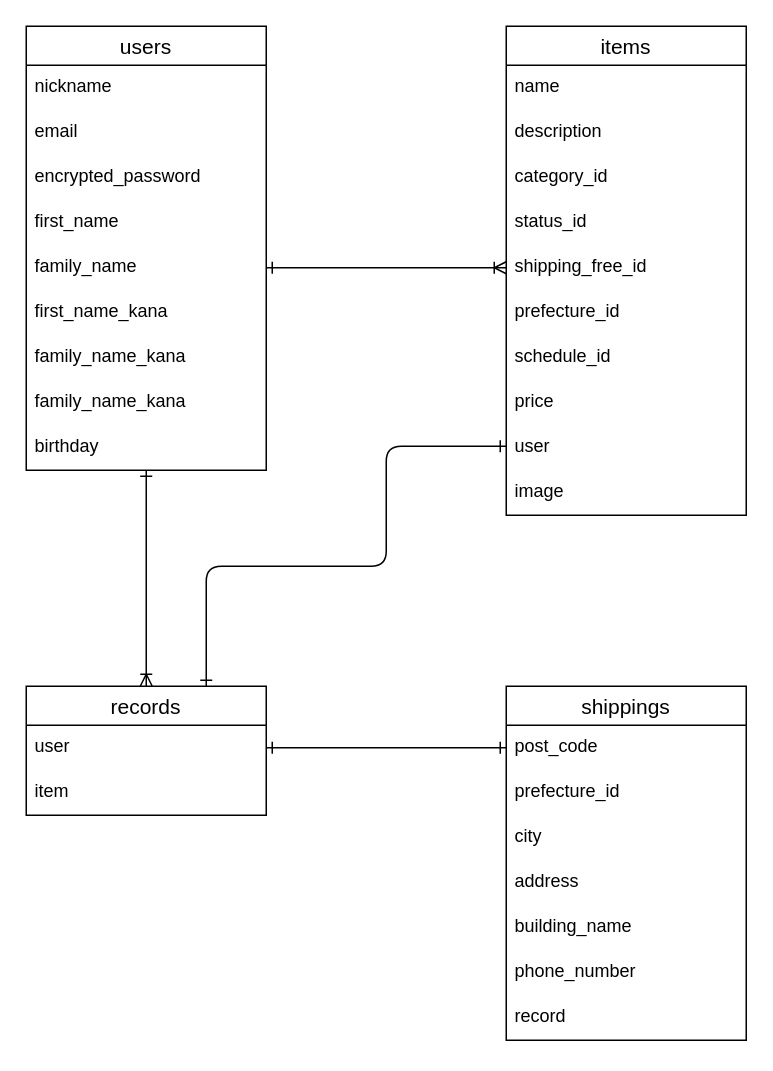
This is db.dio from kohohsuke/furima-35532, a draw.io file, before an edit. Source tidied: cells renumbered, new cells numbered last; positions are measured from the earlier drawing's top-left corner, leaving out a move shared by most shapes. Both pictures are drawn from the tidied source at 150%, with x=0, y=0 at pixel (26, 26).
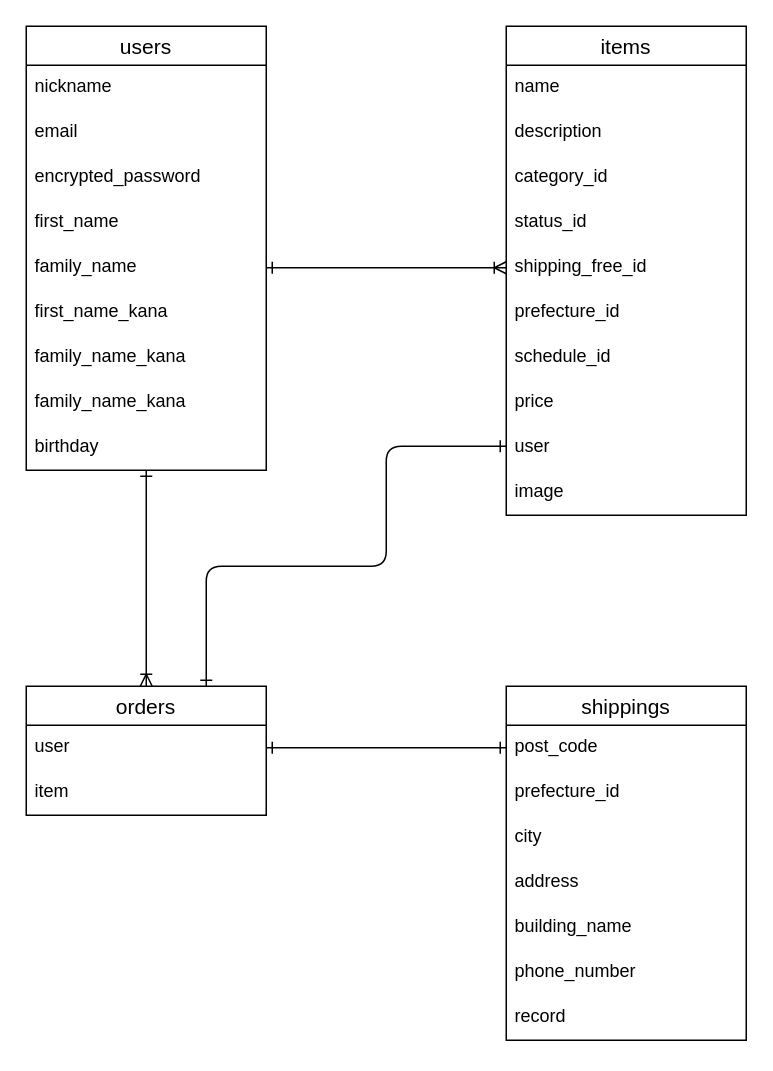
Above is the later version.

Diff of the diagram source:
```diff
@@
-    <mxCell id="23" value="records" style="swimlane;fontStyle=0;horizontal=1;startSize=26;align=center;fontSize=14;" parent="1" vertex="1">
+    <mxCell id="23" value="orders" style="swimlane;fontStyle=0;horizontal=1;startSize=26;align=center;fontSize=14;" parent="1" vertex="1">
       <mxGeometry y="440" width="160" height="86" as="geometry" />
     </mxCell>
```
